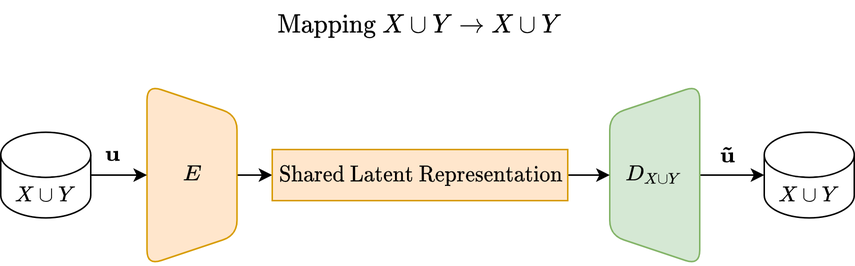
This is report/assets/pretrain.png from HareshNasit/CSC413-Project, a draw.io export, as it was before one commit. Source tidied: cells renumbered, new cells last; positions are measured from the earlier drawing's top-left corner, leaving out a move shared by most shapes.
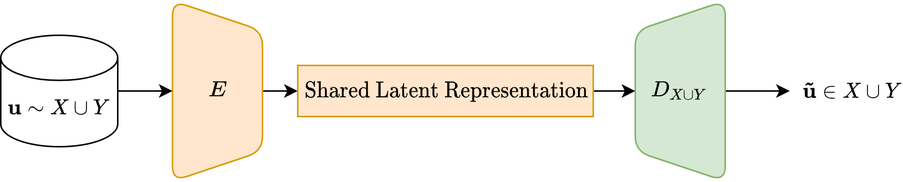
After the commit.

Diff of the diagram source:
```diff
@@ -5,8 +5,10 @@
     <mxCell id="2" style="endArrow=classic;html=1;rounded=0;fontSize=14;entryX=0;entryY=0.5;entryDx=0;entryDy=0;exitX=1;exitY=0.5;exitDx=0;exitDy=0;" parent="1" edge="1" source="6" target="12">
       <mxGeometry relative="1" as="geometry" />
     </mxCell>
-    <mxCell id="3" style="endArrow=classic;html=1;rounded=0;fontSize=14;exitX=1;exitY=0.5;exitDx=0;exitDy=0;entryX=0;entryY=0.5;entryDx=0;entryDy=0;entryPerimeter=0;" parent="1" edge="1" source="9" target="15">
-      <mxGeometry relative="1" as="geometry" />
+    <mxCell id="3" style="endArrow=classic;html=1;rounded=0;fontSize=14;exitX=1;exitY=0.5;exitDx=0;exitDy=0;entryX=0;entryY=0.5;entryDx=0;entryDy=0;entryPerimeter=0;" parent="1" edge="1" source="9">
+      <mxGeometry relative="1" as="geometry">
+        <mxPoint x="509" y="108" as="targetPoint" />
+      </mxGeometry>
     </mxCell>
     <mxCell id="4" style="group;" parent="1" vertex="1">
       <mxGeometry x="97.5" y="48" width="60" height="120" as="geometry" />
@@ -29,7 +31,7 @@
     <mxCell id="10" style="endArrow=classic;html=1;rounded=0;fontSize=14;exitX=1;exitY=0.5;exitDx=0;exitDy=0;entryX=0;entryY=0.5;entryDx=0;entryDy=0;" parent="1" edge="1" source="12" target="9">
       <mxGeometry relative="1" as="geometry" />
     </mxCell>
-    <mxCell id="11" style="endArrow=classic;html=1;rounded=0;fontSize=14;exitX=1;exitY=0.5;exitDx=0;exitDy=0;entryX=0;entryY=0.5;entryDx=0;entryDy=0;exitPerimeter=0;" parent="1" edge="1" source="17" target="6">
+    <mxCell id="11" style="endArrow=classic;html=1;rounded=0;fontSize=14;exitX=1;exitY=0.5;exitDx=0;exitDy=0;entryX=0;entryY=0.5;entryDx=0;entryDy=0;exitPerimeter=0;" parent="1" edge="1" source="14" target="6">
       <mxGeometry relative="1" as="geometry" />
     </mxCell>
     <mxCell id="12" style="rounded=0;whiteSpace=wrap;html=1;fillColor=#ffe6cc;strokeColor=#d79b00;" parent="1" vertex="1">
@@ -38,26 +40,14 @@
     <mxCell id="13" value="$$\text{Shared Latent Representation}$$" style="text;html=1;strokeColor=none;fillColor=none;align=center;verticalAlign=middle;whiteSpace=wrap;rounded=0;" parent="12" vertex="1">
       <mxGeometry x="4.3" y="8.5" width="190.7" height="17" as="geometry" />
     </mxCell>
-    <mxCell id="14" value="$$\text{Mapping } X \cup Y \rightarrow X \cup Y$$" style="text;html=1;strokeColor=none;fillColor=none;align=center;verticalAlign=middle;whiteSpace=wrap;rounded=0;fontSize=14;" parent="1" vertex="1">
-      <mxGeometry x="184.2" width="190.7" height="17" as="geometry" />
+    <mxCell id="14" style="shape=cylinder3;whiteSpace=wrap;html=1;boundedLbl=1;backgroundOutline=1;size=15;rounded=1;fontSize=14;" parent="1" vertex="1">
+      <mxGeometry x="-17" y="71" width="78" height="74.1" as="geometry" />
     </mxCell>
-    <mxCell id="15" style="shape=cylinder3;whiteSpace=wrap;html=1;boundedLbl=1;backgroundOutline=1;size=15;rounded=1;fontSize=14;" parent="1" vertex="1">
-      <mxGeometry x="509" y="79.5" width="60" height="57" as="geometry" />
+    <mxCell id="15" value="&lt;span style=&quot;color: rgb(0 , 0 , 0) ; font-family: &amp;#34;helvetica&amp;#34; ; font-size: 12px ; font-style: normal ; font-weight: 400 ; letter-spacing: normal ; text-align: center ; text-indent: 0px ; text-transform: none ; word-spacing: 0px ; background-color: rgb(248 , 249 , 250) ; display: inline ; float: none&quot;&gt;$$\mathbf{\tilde{u}} \in X \cup Y$$&lt;/span&gt;" style="text;html=1;strokeColor=none;fillColor=none;align=center;verticalAlign=middle;whiteSpace=wrap;rounded=0;" parent="1" vertex="1">
+      <mxGeometry x="528" y="93" width="46" height="30" as="geometry" />
     </mxCell>
-    <mxCell id="16" value="&lt;span style=&quot;font-family: &amp;#34;helvetica&amp;#34;&quot;&gt;$$X \cup Y$$&lt;/span&gt;" style="text;html=1;strokeColor=none;fillColor=none;align=center;verticalAlign=middle;whiteSpace=wrap;rounded=0;" parent="1" vertex="1">
-      <mxGeometry x="516" y="106.5" width="46" height="30" as="geometry" />
+    <mxCell id="16" value="&lt;span style=&quot;color: rgb(0 , 0 , 0) ; font-family: &amp;#34;helvetica&amp;#34; ; font-size: 12px ; font-style: normal ; font-weight: 400 ; letter-spacing: normal ; text-align: center ; text-indent: 0px ; text-transform: none ; word-spacing: 0px ; background-color: rgb(248 , 249 , 250) ; display: inline ; float: none&quot;&gt;$$\mathbf{u} \sim X\cup Y$$&lt;/span&gt;" style="text;html=1;strokeColor=none;fillColor=none;align=center;verticalAlign=middle;whiteSpace=wrap;rounded=0;" parent="1" vertex="1">
+      <mxGeometry x="-1" y="104.7" width="46" height="30" as="geometry" />
     </mxCell>
-    <mxCell id="17" style="shape=cylinder3;whiteSpace=wrap;html=1;boundedLbl=1;backgroundOutline=1;size=15;rounded=1;fontSize=14;" parent="1" vertex="1">
-      <mxGeometry y="79.5" width="60" height="57" as="geometry" />
-    </mxCell>
-    <mxCell id="18" value="&lt;span style=&quot;font-family: &amp;#34;helvetica&amp;#34;&quot;&gt;$$X \cup Y$$&lt;/span&gt;" style="text;html=1;strokeColor=none;fillColor=none;align=center;verticalAlign=middle;whiteSpace=wrap;rounded=0;" parent="1" vertex="1">
-      <mxGeometry x="7" y="106.5" width="46" height="30" as="geometry" />
-    </mxCell>
-    <mxCell id="19" value="&lt;meta charset=&quot;utf-8&quot;&gt;&lt;span style=&quot;color: rgb(0, 0, 0); font-family: helvetica; font-size: 12px; font-style: normal; font-weight: 400; letter-spacing: normal; text-align: center; text-indent: 0px; text-transform: none; word-spacing: 0px; background-color: rgb(248, 249, 250); display: inline; float: none;&quot;&gt;$$\mathbf{u}$$&lt;/span&gt;" style="text;html=1;strokeColor=none;fillColor=none;align=center;verticalAlign=middle;whiteSpace=wrap;rounded=0;" parent="1" vertex="1">
-      <mxGeometry x="51.5" y="79.5" width="46" height="30" as="geometry" />
-    </mxCell>
-    <mxCell id="20" value="&lt;span style=&quot;color: rgb(0 , 0 , 0) ; font-family: &amp;#34;helvetica&amp;#34; ; font-size: 12px ; font-style: normal ; font-weight: 400 ; letter-spacing: normal ; text-align: center ; text-indent: 0px ; text-transform: none ; word-spacing: 0px ; background-color: rgb(248 , 249 , 250) ; display: inline ; float: none&quot;&gt;$$\mathbf{\tilde{u}}$$&lt;/span&gt;" style="text;html=1;strokeColor=none;fillColor=none;align=center;verticalAlign=middle;whiteSpace=wrap;rounded=0;" parent="1" vertex="1">
-      <mxGeometry x="462" y="79.5" width="46" height="30" as="geometry" />
-    </mxCell>
   </root>
 </mxGraphModel>
```
